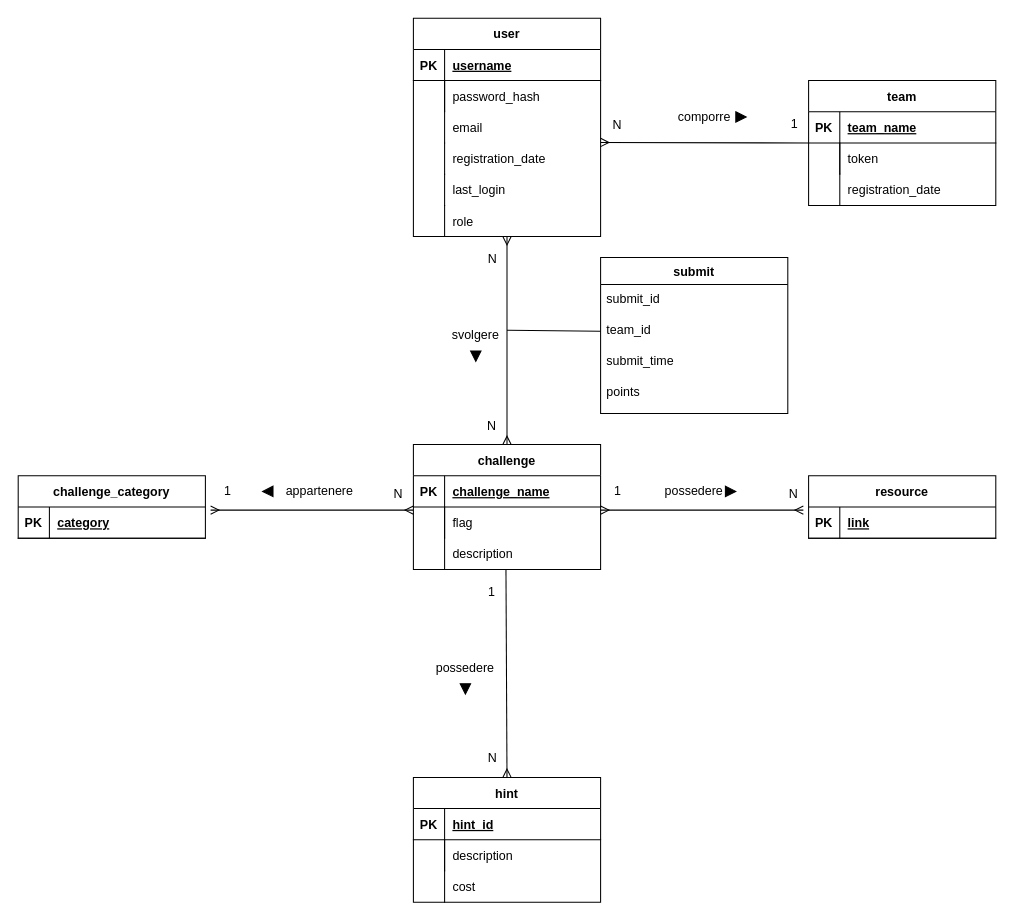
Earlier version of the draw.io diagram db/ER_diagram.drawio (FeeeDz/H4ckUs4t1_CTF). Source tidied: cells renumbered, new cells numbered last; positions are measured from the earlier drawing's top-left corner, leaving out a move shared by most shapes. Both pictures are drawn from the tidied source at 104%, with x=0, y=0 at pixel (18, 18).
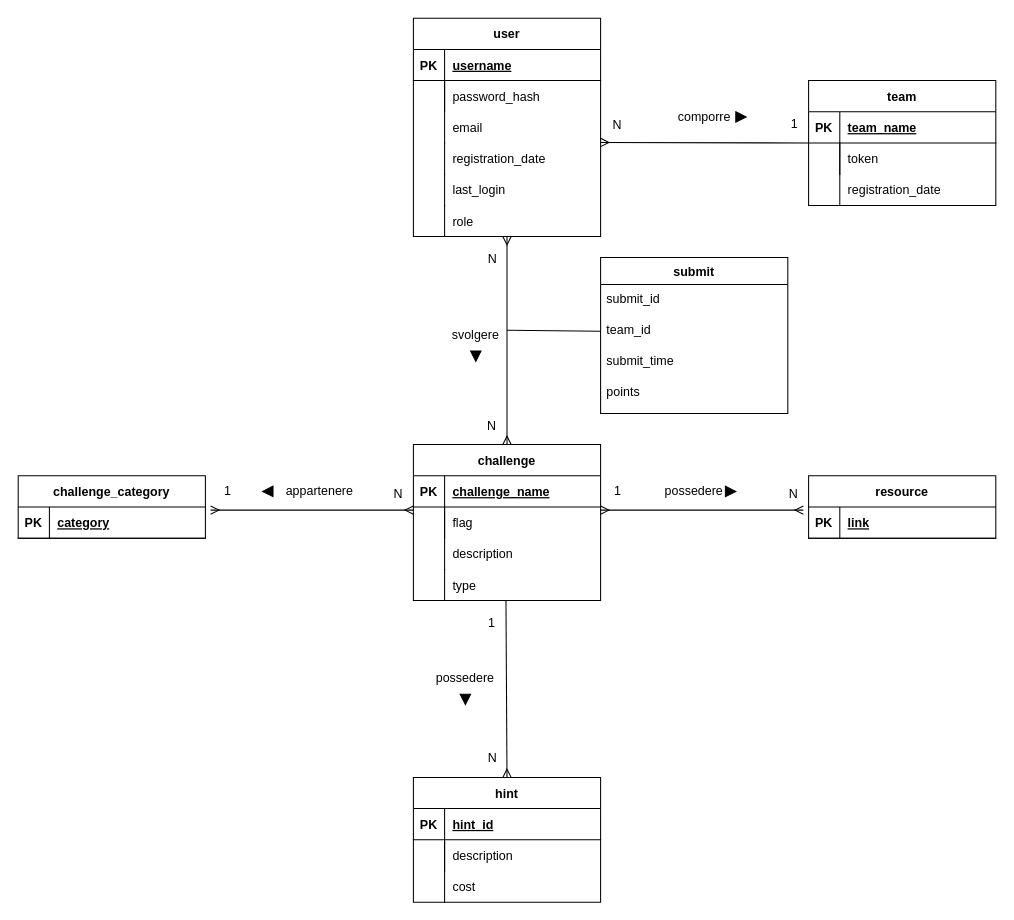
Above is the later version.

The change refers to these unchanged cells:
```xml
<mxCell id="75" value="hint" style="shape=table;startSize=30;childLayout=tableLayout;rowLines=0;fontStyle=1;align=center;" parent="1" vertex="1">
  <mxGeometry x="380" y="730" width="180" height="120" as="geometry" />
</mxCell>
```

What changed in the source:
```diff
@@
     <mxCell id="15" value="challenge" style="shape=table;startSize=30;childLayout=tableLayout;rowLines=0;fontStyle=1;align=center;" parent="1" vertex="1">
-      <mxGeometry x="380" y="410" width="180" height="120" as="geometry" />
+      <mxGeometry x="380" y="410" width="180" height="150" as="geometry" />
     </mxCell>
@@
     <mxCell id="71" style="endArrow=none;html=1;rounded=0;startArrow=ERmany;startFill=0;exitX=0.5;exitY=0;exitDx=0;exitDy=0;" parent="1" edge="1" source="75">
       <mxGeometry relative="1" as="geometry">
-        <mxPoint x="469" y="530" as="targetPoint" />
+        <mxPoint x="469" y="560" as="targetPoint" />
       </mxGeometry>
     </mxCell>
@@
     <mxCell id="74" style="triangle;whiteSpace=wrap;html=1;fontSize=12;strokeColor=default;fillColor=#000000;rotation=90;" parent="1" vertex="1">
-      <mxGeometry x="425" y="640" width="10" height="10" as="geometry" />
+      <mxGeometry x="425" y="650" width="10" height="10" as="geometry" />
     </mxCell>
@@
     <mxCell id="82" value="possedere" style="text;html=1;strokeColor=none;fillColor=none;align=center;verticalAlign=middle;whiteSpace=wrap;rounded=0;fontSize=12;" parent="1" vertex="1">
-      <mxGeometry x="400" y="610" width="60" height="30" as="geometry" />
+      <mxGeometry x="400" y="620" width="60" height="30" as="geometry" />
     </mxCell>
@@
+    <mxCell id="95" style="shape=partialRectangle;fillColor=none;top=0;left=0;right=0;bottom=0;" parent="1" vertex="1">
+      <mxGeometry x="380" y="530" width="180" height="30" as="geometry" />
+    </mxCell>
+    <mxCell id="96" style="shape=partialRectangle;overflow=hidden;fillColor=none;top=0;left=0;bottom=0;right=1;" parent="95" vertex="1">
+      <mxGeometry width="30" height="30" as="geometry" />
+    </mxCell>
+    <mxCell id="97" value="type" style="shape=partialRectangle;overflow=hidden;fillColor=none;top=0;left=0;bottom=0;right=0;align=left;spacingLeft=6;" parent="95" vertex="1">
+      <mxGeometry x="30" width="150" height="30" as="geometry" />
+    </mxCell>
```
